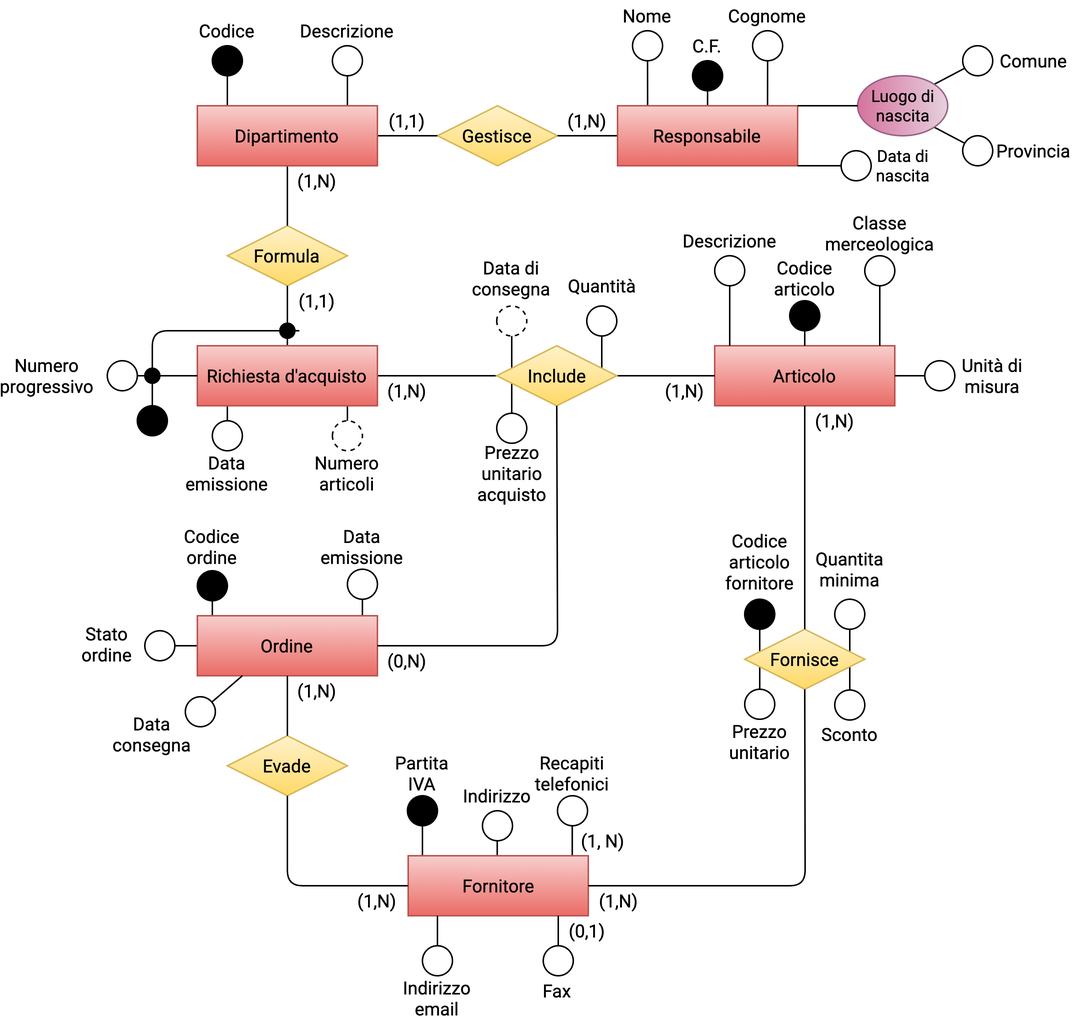
Above: ER/ER.png in FraBomba6/Progetto_BdD (draw.io), before the change. Source tidied: cells renumbered, new cells last; positions are measured from the earlier drawing's top-left corner, leaving out a move shared by most shapes.
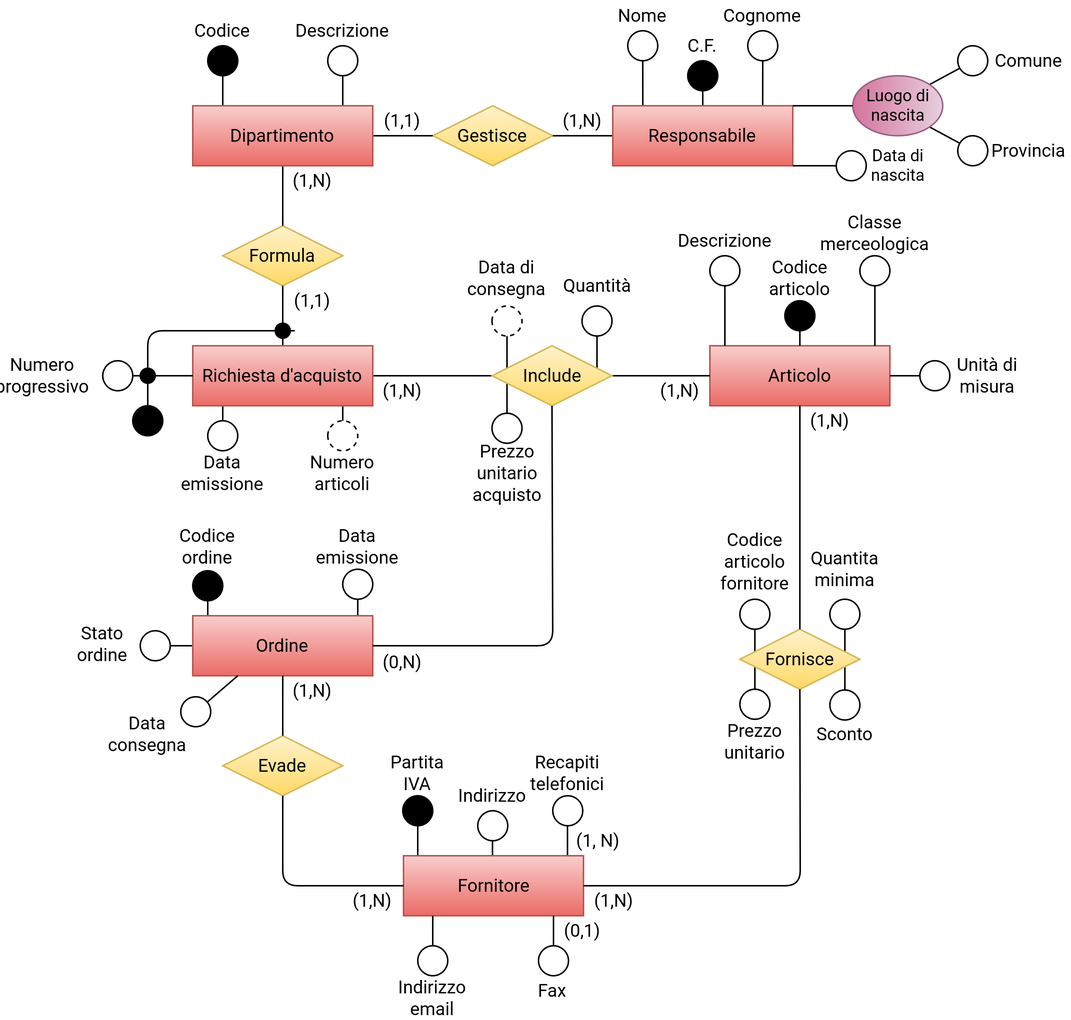
The same file after the commit.

Commit message:
Corrected png, see previous commit

What changed in the source:
```diff
@@ -26,7 +26,7 @@
         <mxPoint x="329.5" y="255" as="sourcePoint" />
       </mxGeometry>
     </mxCell>
-    <mxCell id="8" style="ellipse;whiteSpace=wrap;html=1;fontFamily=Roboto;fontSource=https%3A%2F%2Ffonts.googleapis.com%2Fcss%3Ffamily%3DRoboto;fillColor=#000000;" parent="1" vertex="1">
+    <mxCell id="8" style="ellipse;whiteSpace=wrap;html=1;fontFamily=Roboto;fontSource=https%3A%2F%2Ffonts.googleapis.com%2Fcss%3Ffamily%3DRoboto;" parent="1" vertex="1">
       <mxGeometry x="484.8" y="399" width="20" height="20" as="geometry" />
     </mxCell>
     <mxCell id="9" style="endArrow=none;html=1;entryX=0.5;entryY=1;entryDx=0;entryDy=0;fontFamily=Roboto;fontSource=https%3A%2F%2Ffonts.googleapis.com%2Fcss%3Ffamily%3DRoboto;" parent="1" edge="1" target="8">
```
